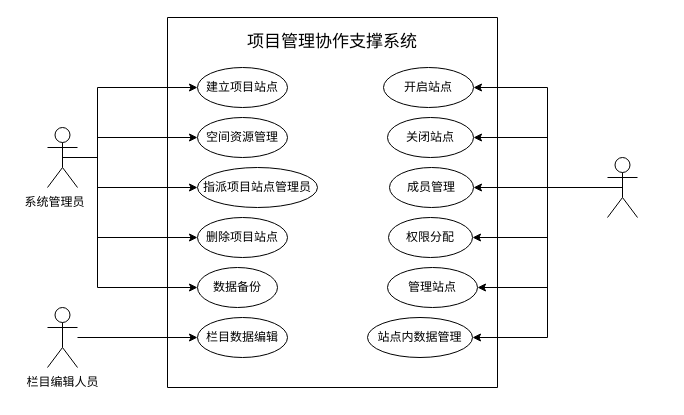
linxia2001/flowchart keeps this draw.io diagram as 未命名绘图.drawio. Above is the earlier version. Source tidied: cells renumbered, new cells numbered last; positions are measured from the earlier drawing's top-left corner, leaving out a move shared by most shapes. Both pictures are drawn from the tidied source at 100%, with x=0, y=0 at pixel (17, 17).
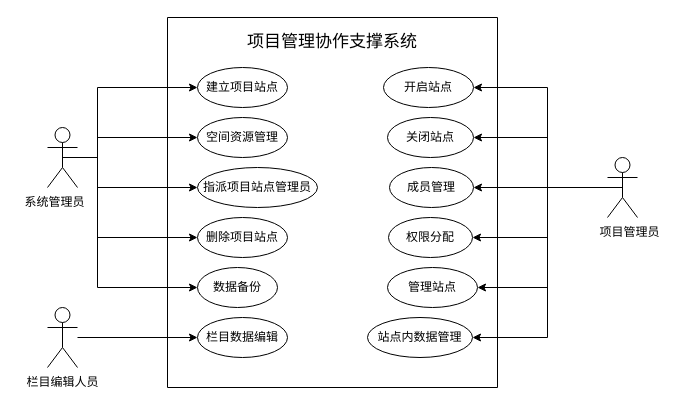
The same diagram, later.

Commit message:
系统用例模型.drawio

What changed in the source:
```diff
@@
+    <mxCell id="33" value="项目管理员" style="text;html=1;strokeColor=none;fillColor=none;align=center;verticalAlign=middle;whiteSpace=wrap;rounded=0;" parent="1" vertex="1">
+      <mxGeometry x="575" y="200" width="75" height="30" as="geometry" />
+    </mxCell>
```
